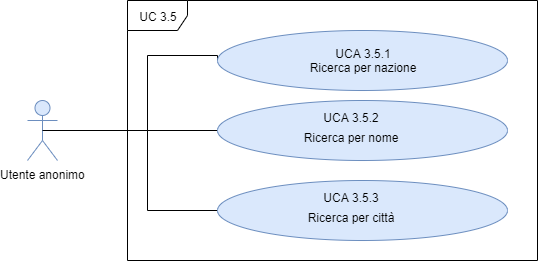
Above: DocumentazioneEsterna/AnalisiRequisiti/sezioni/UseCase/Immagini/UCA3.5.png in qb-team/Stalker-Documentazione (draw.io), before the change. Source tidied: cells renumbered, new cells last; positions are measured from the earlier drawing's top-left corner, leaving out a move shared by most shapes.
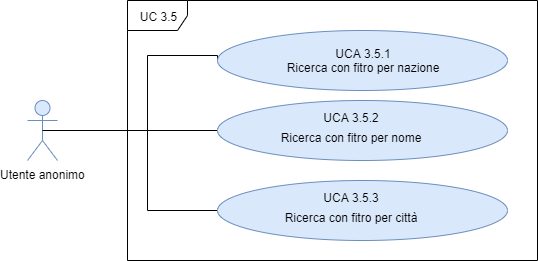
After the change.

The edit, as a diff of the source:
```diff
@@ -16,7 +16,7 @@
         </Array>
       </mxGeometry>
     </mxCell>
-    <mxCell id="5" value="&lt;font style=&quot;font-size: 12px&quot;&gt;UCA 3.5.1&lt;br&gt;Ricerca per nazione&lt;/font&gt;" style="ellipse;whiteSpace=wrap;html=1;fillColor=#dae8fc;strokeColor=#6c8ebf;fontSize=12;fontFamily=Helvetica;" parent="1" vertex="1">
+    <mxCell id="5" value="&lt;font style=&quot;font-size: 12px&quot;&gt;UCA 3.5.1&lt;br&gt;Ricerca con fitro per nazione&lt;/font&gt;" style="ellipse;whiteSpace=wrap;html=1;fillColor=#dae8fc;strokeColor=#6c8ebf;fontSize=12;fontFamily=Helvetica;" parent="1" vertex="1">
       <mxGeometry x="190" y="30" width="290" height="60" as="geometry" />
     </mxCell>
     <mxCell id="6" style="edgeStyle=none;rounded=0;jettySize=auto;html=1;exitX=0;exitY=0.5;exitDx=0;exitDy=0;endArrow=none;endFill=0;fontSize=12;fontFamily=Helvetica;" parent="1" edge="1" source="7">
@@ -24,7 +24,7 @@
         <mxPoint x="120" y="130" as="targetPoint" />
       </mxGeometry>
     </mxCell>
-    <mxCell id="7" value="&lt;p class=&quot;MsoListParagraph&quot; style=&quot;text-indent: -18pt ; font-size: 12px ; line-height: 20%&quot;&gt;&lt;font style=&quot;font-size: 12px&quot;&gt;UCA 3.5.2&lt;/font&gt;&lt;/p&gt;&lt;p class=&quot;MsoListParagraph&quot; style=&quot;text-indent: -18pt ; font-size: 12px&quot;&gt;&lt;font style=&quot;font-size: 12px&quot;&gt;Ricerca per nome&lt;/font&gt;&lt;/p&gt;" style="ellipse;whiteSpace=wrap;html=1;fillColor=#dae8fc;strokeColor=#6c8ebf;fontSize=12;fontFamily=Helvetica;" parent="1" vertex="1">
+    <mxCell id="7" value="&lt;p class=&quot;MsoListParagraph&quot; style=&quot;text-indent: -18pt ; font-size: 12px ; line-height: 20%&quot;&gt;&lt;font style=&quot;font-size: 12px&quot;&gt;UCA 3.5.2&lt;/font&gt;&lt;/p&gt;&lt;p class=&quot;MsoListParagraph&quot; style=&quot;text-indent: -18pt ; font-size: 12px&quot;&gt;&lt;font style=&quot;font-size: 12px&quot;&gt;Ricerca con fitro per nome&lt;/font&gt;&lt;/p&gt;" style="ellipse;whiteSpace=wrap;html=1;fillColor=#dae8fc;strokeColor=#6c8ebf;fontSize=12;fontFamily=Helvetica;align=center;" parent="1" vertex="1">
       <mxGeometry x="190" y="100" width="290" height="60" as="geometry" />
     </mxCell>
     <mxCell id="8" style="edgeStyle=orthogonalEdgeStyle;rounded=0;jettySize=auto;html=1;exitX=0;exitY=0.5;exitDx=0;exitDy=0;endArrow=none;endFill=0;fontSize=12;fontFamily=Helvetica;" parent="1" edge="1" source="9">
@@ -32,7 +32,7 @@
         <mxPoint x="120" y="130" as="targetPoint" />
       </mxGeometry>
     </mxCell>
-    <mxCell id="9" value="&lt;p class=&quot;MsoListParagraph&quot; style=&quot;text-indent: -18pt ; font-size: 12px ; line-height: 20%&quot;&gt;&lt;font style=&quot;font-size: 12px&quot;&gt;UCA 3.5.3&lt;/font&gt;&lt;/p&gt;&lt;p class=&quot;MsoListParagraph&quot; style=&quot;text-indent: -18pt ; font-size: 12px&quot;&gt;&lt;span style=&quot;text-indent: -18pt&quot;&gt;Ricerca per città&lt;/span&gt;&lt;/p&gt;" style="ellipse;whiteSpace=wrap;html=1;fillColor=#dae8fc;strokeColor=#6c8ebf;fontSize=12;fontFamily=Helvetica;" parent="1" vertex="1">
+    <mxCell id="9" value="&lt;p class=&quot;MsoListParagraph&quot; style=&quot;text-indent: -18pt ; font-size: 12px ; line-height: 20%&quot;&gt;&lt;font style=&quot;font-size: 12px&quot;&gt;UCA 3.5.3&lt;/font&gt;&lt;/p&gt;&lt;p class=&quot;MsoListParagraph&quot; style=&quot;text-indent: -18pt ; font-size: 12px&quot;&gt;&lt;span style=&quot;text-indent: -18pt&quot;&gt;Ricerca&amp;nbsp;&lt;/span&gt;&lt;span&gt;con fitro&amp;nbsp;&lt;/span&gt;&lt;span style=&quot;text-indent: -18pt&quot;&gt;per città&lt;/span&gt;&lt;/p&gt;" style="ellipse;whiteSpace=wrap;html=1;fillColor=#dae8fc;strokeColor=#6c8ebf;fontSize=12;fontFamily=Helvetica;" parent="1" vertex="1">
       <mxGeometry x="190" y="180" width="290" height="60" as="geometry" />
     </mxCell>
   </root>
```
